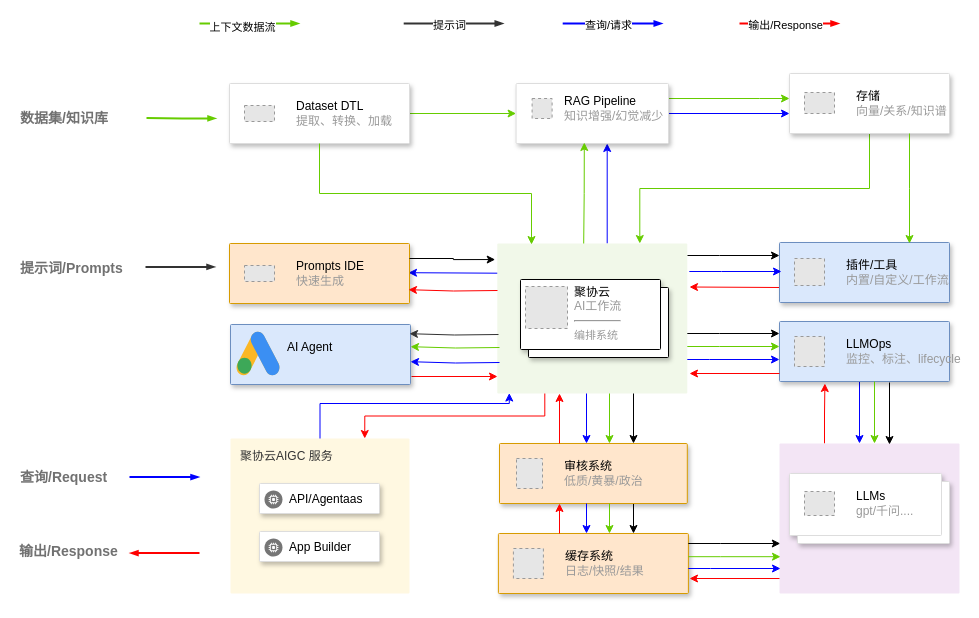
Before: ai_agent.drawio in hijimo/flow-pics, a draw.io diagram. Source tidied: cells renumbered, new cells numbered last; positions are measured from the earlier drawing's top-left corner, leaving out a move shared by most shapes. Both pictures are drawn from the tidied source at 100%, with x=0, y=0 at pixel (17, 23). Pictures stored in the file or linked from it are replaced by grey dashed boxes.
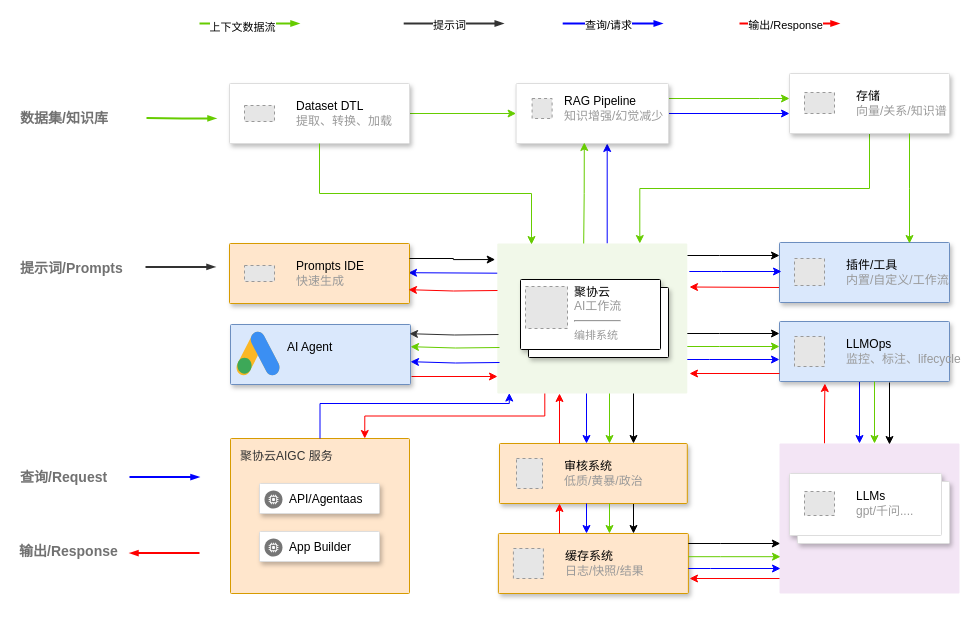
The same diagram, later.

Change to the diagram source:
```diff
@@
-    <mxCell id="75" value="&lt;font color=&quot;#333333&quot;&gt;聚协云AIGC 服务&lt;/font&gt;" style="sketch=0;points=[[0,0,0],[0.25,0,0],[0.5,0,0],[0.75,0,0],[1,0,0],[1,0.25,0],[1,0.5,0],[1,0.75,0],[1,1,0],[0.75,1,0],[0.5,1,0],[0.25,1,0],[0,1,0],[0,0.75,0],[0,0.5,0],[0,0.25,0]];rounded=1;absoluteArcSize=1;arcSize=2;html=1;strokeColor=none;gradientColor=none;shadow=0;dashed=0;fontSize=12;fontColor=#9E9E9E;align=left;verticalAlign=top;spacing=10;spacingTop=-4;whiteSpace=wrap;fillColor=#FFF8E1;" parent="1" vertex="1">
+    <mxCell id="75" value="&lt;font color=&quot;#333333&quot;&gt;聚协云AIGC 服务&lt;/font&gt;" style="sketch=0;points=[[0,0,0],[0.25,0,0],[0.5,0,0],[0.75,0,0],[1,0,0],[1,0.25,0],[1,0.5,0],[1,0.75,0],[1,1,0],[0.75,1,0],[0.5,1,0],[0.25,1,0],[0,1,0],[0,0.75,0],[0,0.5,0],[0,0.25,0]];rounded=1;absoluteArcSize=1;arcSize=2;html=1;strokeColor=#d79b00;shadow=0;dashed=0;fontSize=12;align=left;verticalAlign=top;spacing=10;spacingTop=-4;whiteSpace=wrap;fillColor=#ffe6cc;" parent="1" vertex="1">
       <mxGeometry x="213" y="415" width="179" height="155" as="geometry" />
     </mxCell>
```
